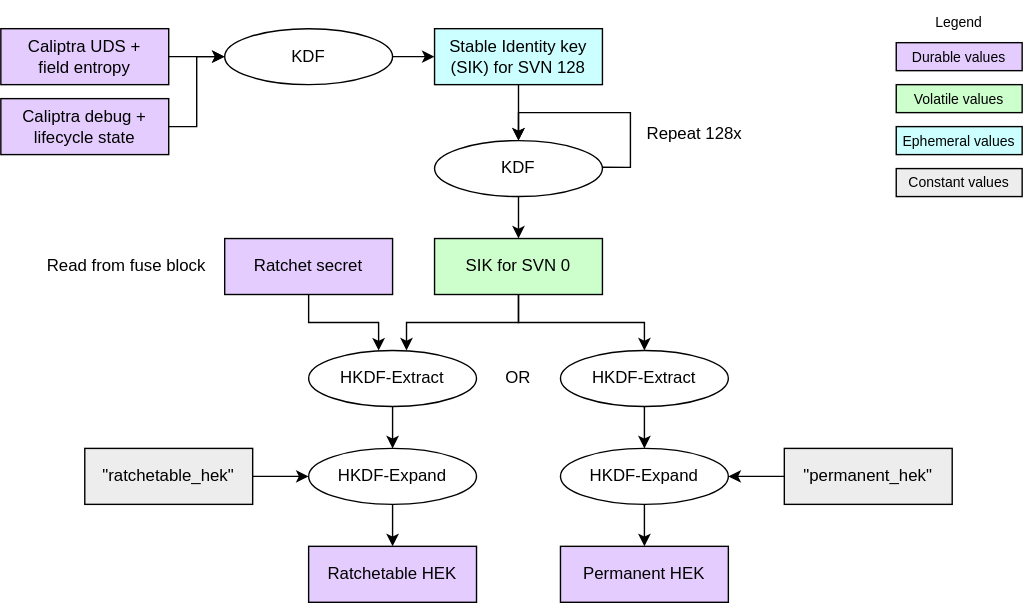
Earlier version of the draw.io export doc/ocp_lock/diagrams/hek_derivation.drawio.svg (chipsalliance/Caliptra). Source tidied: cells renumbered, new cells last; positions are measured from the earlier drawing's top-left corner, leaving out a move shared by most shapes. The source it was exported from:
```xml
<mxGraphModel background="#ffffff">
  <root>
    <mxCell id="0" />
    <mxCell id="1" parent="0" />
    <mxCell id="2" value="&lt;div&gt;&lt;span style=&quot;background-color: transparent;&quot;&gt;&lt;font color=&quot;#000000&quot;&gt;SIK&lt;/font&gt; for SVN 0&lt;/span&gt;&lt;/div&gt;" style="rounded=0;whiteSpace=wrap;html=1;align=center;verticalAlign=middle;shadow=0;glass=0;spacingLeft=0;spacingBottom=0;spacingTop=0;fillColor=#CCFFCC;" parent="1" vertex="1">
      <mxGeometry x="310" y="170" width="120" height="40" as="geometry" />
    </mxCell>
    <mxCell id="3" value="&lt;div&gt;&lt;font color=&quot;#000000&quot;&gt;Ratchet&amp;nbsp;&lt;/font&gt;&lt;span style=&quot;background-color: transparent;&quot;&gt;secret&lt;/span&gt;&lt;/div&gt;" style="rounded=0;whiteSpace=wrap;html=1;align=center;verticalAlign=middle;shadow=0;glass=0;spacingLeft=0;spacingBottom=0;spacingTop=0;fillColor=#E5CCFF;" parent="1" vertex="1">
      <mxGeometry x="160" y="170" width="120" height="40" as="geometry" />
    </mxCell>
    <mxCell id="4" value="HKDF-Extract" style="ellipse;whiteSpace=wrap;html=1;fillColor=#FFFFFF;" parent="1" vertex="1">
      <mxGeometry x="220" y="250" width="120" height="40" as="geometry" />
    </mxCell>
    <mxCell id="5" value="HKDF-Expand" style="ellipse;whiteSpace=wrap;html=1;fillColor=#FFFFFF;" parent="1" vertex="1">
      <mxGeometry x="220" y="320" width="120" height="40" as="geometry" />
    </mxCell>
    <mxCell id="6" value="&lt;div&gt;&lt;font color=&quot;#000000&quot;&gt;Ratchetable HEK&lt;/font&gt;&lt;/div&gt;" style="rounded=0;whiteSpace=wrap;html=1;align=center;verticalAlign=middle;shadow=0;glass=0;spacingLeft=0;spacingBottom=0;spacingTop=0;fillColor=#E5CCFF;" parent="1" vertex="1">
      <mxGeometry x="220" y="390" width="120" height="40" as="geometry" />
    </mxCell>
    <mxCell id="7" style="endArrow=classic;html=1;exitX=0.5;exitY=1;exitDx=0;exitDy=0;entryX=0.5;entryY=0;entryDx=0;entryDy=0;" parent="1" edge="1" source="4" target="5">
      <mxGeometry relative="1" as="geometry" />
    </mxCell>
    <mxCell id="8" style="endArrow=classic;html=1;exitX=0.5;exitY=1;exitDx=0;exitDy=0;entryX=0.5;entryY=0;entryDx=0;entryDy=0;" parent="1" edge="1" source="5" target="6">
      <mxGeometry relative="1" as="geometry" />
    </mxCell>
    <mxCell id="9" value="&lt;div&gt;&lt;font color=&quot;#000000&quot;&gt;Stable Identity&amp;nbsp;&lt;/font&gt;&lt;span style=&quot;background-color: transparent;&quot;&gt;key&lt;/span&gt;&lt;/div&gt;&lt;div&gt;&lt;span style=&quot;background-color: transparent;&quot;&gt;(SIK) for SVN 128&lt;/span&gt;&lt;/div&gt;" style="rounded=0;whiteSpace=wrap;html=1;align=center;verticalAlign=middle;shadow=0;glass=0;spacingLeft=0;spacingBottom=0;spacingTop=0;fillColor=#CCFFFF;" parent="1" vertex="1">
      <mxGeometry x="310" y="20" width="120" height="40" as="geometry" />
    </mxCell>
    <mxCell id="10" value="&lt;div&gt;&lt;font color=&quot;#000000&quot;&gt;Caliptra UDS +&lt;/font&gt;&lt;/div&gt;&lt;div&gt;&lt;font color=&quot;#000000&quot;&gt;field entropy&lt;/font&gt;&lt;/div&gt;" style="rounded=0;whiteSpace=wrap;html=1;align=center;verticalAlign=middle;shadow=0;glass=0;spacingLeft=0;spacingBottom=0;spacingTop=0;fillColor=#E5CCFF;" parent="1" vertex="1">
      <mxGeometry y="20" width="120" height="40" as="geometry" />
    </mxCell>
    <mxCell id="11" value="KDF" style="ellipse;whiteSpace=wrap;html=1;fillColor=#FFFFFF;" parent="1" vertex="1">
      <mxGeometry x="310" y="100" width="120" height="40" as="geometry" />
    </mxCell>
    <mxCell id="12" style="endArrow=classic;html=1;exitX=0.5;exitY=1;exitDx=0;exitDy=0;entryX=0.5;entryY=0;entryDx=0;entryDy=0;" parent="1" edge="1" source="9" target="11">
      <mxGeometry relative="1" as="geometry" />
    </mxCell>
    <mxCell id="13" style="edgeStyle=segmentEdgeStyle;endArrow=classic;html=1;curved=0;rounded=0;endSize=6;startSize=6;exitX=1.002;exitY=0.477;exitDx=0;exitDy=0;arcSize=20;entryX=0.5;entryY=0;entryDx=0;entryDy=0;exitPerimeter=0;" parent="1" edge="1" source="11" target="11">
      <mxGeometry relative="1" as="geometry">
        <Array as="points">
          <mxPoint x="450" y="119" />
          <mxPoint x="450" y="80" />
          <mxPoint x="370" y="80" />
        </Array>
      </mxGeometry>
    </mxCell>
    <mxCell id="14" value="Repeat 128x" style="text;strokeColor=none;align=left;fillColor=none;html=1;verticalAlign=middle;whiteSpace=wrap;rounded=0;fontSize=12;" parent="1" vertex="1">
      <mxGeometry x="460" y="80" width="90" height="30" as="geometry" />
    </mxCell>
    <mxCell id="15" value="KDF" style="ellipse;whiteSpace=wrap;html=1;fillColor=#FFFFFF;" parent="1" vertex="1">
      <mxGeometry x="160" y="20" width="120" height="40" as="geometry" />
    </mxCell>
    <mxCell id="16" style="endArrow=classic;html=1;exitX=1;exitY=0.5;exitDx=0;exitDy=0;entryX=0;entryY=0.5;entryDx=0;entryDy=0;" parent="1" edge="1" source="10" target="15">
      <mxGeometry relative="1" as="geometry" />
    </mxCell>
    <mxCell id="17" style="endArrow=classic;html=1;exitX=1;exitY=0.5;exitDx=0;exitDy=0;entryX=0;entryY=0.5;entryDx=0;entryDy=0;" parent="1" edge="1" source="15" target="9">
      <mxGeometry relative="1" as="geometry" />
    </mxCell>
    <mxCell id="18" style="endArrow=classic;html=1;exitX=0.5;exitY=1;exitDx=0;exitDy=0;entryX=0.5;entryY=0;entryDx=0;entryDy=0;" parent="1" edge="1" source="11" target="2">
      <mxGeometry relative="1" as="geometry" />
    </mxCell>
    <mxCell id="19" style="edgeStyle=elbowEdgeStyle;endArrow=classic;html=1;rounded=0;endSize=6;startSize=6;exitX=0.5;exitY=1;exitDx=0;exitDy=0;arcSize=20;entryX=0.583;entryY=0;entryDx=0;entryDy=0;elbow=vertical;entryPerimeter=0;" parent="1" edge="1" source="2" target="4">
      <mxGeometry relative="1" as="geometry">
        <Array as="points">
          <mxPoint x="350" y="230" />
        </Array>
      </mxGeometry>
    </mxCell>
    <mxCell id="20" style="edgeStyle=elbowEdgeStyle;endArrow=classic;html=1;rounded=0;endSize=6;startSize=6;exitX=0.5;exitY=1;exitDx=0;exitDy=0;arcSize=20;entryX=0.5;entryY=0;entryDx=0;entryDy=0;elbow=vertical;" parent="1" edge="1" source="2" target="21">
      <mxGeometry relative="1" as="geometry">
        <Array as="points">
          <mxPoint x="390" y="230" />
        </Array>
      </mxGeometry>
    </mxCell>
    <mxCell id="21" value="HKDF-Extract" style="ellipse;whiteSpace=wrap;html=1;fillColor=#FFFFFF;" parent="1" vertex="1">
      <mxGeometry x="400" y="250" width="120" height="40" as="geometry" />
    </mxCell>
    <mxCell id="22" value="HKDF-Expand" style="ellipse;whiteSpace=wrap;html=1;fillColor=#FFFFFF;" parent="1" vertex="1">
      <mxGeometry x="400" y="320" width="120" height="40" as="geometry" />
    </mxCell>
    <mxCell id="23" value="&lt;div&gt;&lt;font color=&quot;#000000&quot;&gt;Permanent HEK&lt;/font&gt;&lt;/div&gt;" style="rounded=0;whiteSpace=wrap;html=1;align=center;verticalAlign=middle;shadow=0;glass=0;spacingLeft=0;spacingBottom=0;spacingTop=0;fillColor=#E5CCFF;" parent="1" vertex="1">
      <mxGeometry x="400" y="390" width="120" height="40" as="geometry" />
    </mxCell>
    <mxCell id="24" style="endArrow=classic;html=1;exitX=0.5;exitY=1;exitDx=0;exitDy=0;entryX=0.5;entryY=0;entryDx=0;entryDy=0;" parent="1" edge="1" source="21" target="22">
      <mxGeometry relative="1" as="geometry" />
    </mxCell>
    <mxCell id="25" style="endArrow=classic;html=1;exitX=0.5;exitY=1;exitDx=0;exitDy=0;entryX=0.5;entryY=0;entryDx=0;entryDy=0;" parent="1" edge="1" source="22" target="23">
      <mxGeometry relative="1" as="geometry" />
    </mxCell>
    <mxCell id="26" value="&lt;div&gt;&lt;font color=&quot;#000000&quot;&gt;Durable values&lt;/font&gt;&lt;/div&gt;" style="rounded=0;whiteSpace=wrap;html=1;align=center;verticalAlign=middle;shadow=0;glass=0;spacingLeft=0;spacingBottom=0;spacingTop=0;fillColor=#E5CCFF;fontSize=10;" parent="1" vertex="1">
      <mxGeometry x="640" y="30" width="90" height="20" as="geometry" />
    </mxCell>
    <mxCell id="27" value="&lt;div&gt;&lt;font color=&quot;#000000&quot;&gt;Volatile values&lt;/font&gt;&lt;/div&gt;" style="rounded=0;whiteSpace=wrap;html=1;align=center;verticalAlign=middle;shadow=0;glass=0;spacingLeft=0;spacingBottom=0;spacingTop=0;fillColor=#CCFFCC;fontSize=10;" parent="1" vertex="1">
      <mxGeometry x="640" y="60" width="90" height="20" as="geometry" />
    </mxCell>
    <mxCell id="28" value="Legend" style="text;strokeColor=none;align=center;fillColor=none;html=1;verticalAlign=middle;whiteSpace=wrap;rounded=0;fontSize=10;" parent="1" vertex="1">
      <mxGeometry x="655" width="60" height="30" as="geometry" />
    </mxCell>
    <mxCell id="29" value="&lt;div&gt;&lt;font color=&quot;#000000&quot;&gt;Ephemeral values&lt;/font&gt;&lt;/div&gt;" style="rounded=0;whiteSpace=wrap;html=1;align=center;verticalAlign=middle;shadow=0;glass=0;spacingLeft=0;spacingBottom=0;spacingTop=0;fillColor=#CCFFFF;fontSize=10;" parent="1" vertex="1">
      <mxGeometry x="640" y="90" width="90" height="20" as="geometry" />
    </mxCell>
    <mxCell id="30" value="&lt;div&gt;&lt;font color=&quot;#000000&quot;&gt;&quot;ratchetable_hek&quot;&lt;/font&gt;&lt;/div&gt;" style="rounded=0;whiteSpace=wrap;html=1;align=center;verticalAlign=middle;shadow=0;glass=0;spacingLeft=0;spacingBottom=0;spacingTop=0;fillColor=#EDEDED;" parent="1" vertex="1">
      <mxGeometry x="60" y="320" width="120" height="40" as="geometry" />
    </mxCell>
    <mxCell id="31" style="endArrow=classic;html=1;exitX=1;exitY=0.5;exitDx=0;exitDy=0;entryX=0;entryY=0.5;entryDx=0;entryDy=0;" parent="1" edge="1" source="30" target="5">
      <mxGeometry relative="1" as="geometry" />
    </mxCell>
    <mxCell id="32" value="&lt;div&gt;&lt;font color=&quot;#000000&quot;&gt;&quot;permanent_hek&quot;&lt;/font&gt;&lt;/div&gt;" style="rounded=0;whiteSpace=wrap;html=1;align=center;verticalAlign=middle;shadow=0;glass=0;spacingLeft=0;spacingBottom=0;spacingTop=0;fillColor=#EDEDED;" parent="1" vertex="1">
      <mxGeometry x="560" y="320" width="120" height="40" as="geometry" />
    </mxCell>
    <mxCell id="33" style="endArrow=classic;html=1;entryX=1;entryY=0.5;entryDx=0;entryDy=0;exitX=0;exitY=0.5;exitDx=0;exitDy=0;" parent="1" edge="1" source="32" target="22">
      <mxGeometry relative="1" as="geometry" />
    </mxCell>
    <mxCell id="34" value="&lt;div&gt;&lt;font color=&quot;#000000&quot;&gt;Constant values&lt;/font&gt;&lt;/div&gt;" style="rounded=0;whiteSpace=wrap;html=1;align=center;verticalAlign=middle;shadow=0;glass=0;spacingLeft=0;spacingBottom=0;spacingTop=0;fillColor=#EDEDED;fontSize=10;" parent="1" vertex="1">
      <mxGeometry x="640" y="120" width="90" height="20" as="geometry" />
    </mxCell>
    <mxCell id="35" value="OR" style="text;strokeColor=none;align=center;fillColor=none;html=1;verticalAlign=middle;whiteSpace=wrap;rounded=0;" parent="1" vertex="1">
      <mxGeometry x="340" y="255" width="60" height="30" as="geometry" />
    </mxCell>
    <mxCell id="36" value="&lt;div&gt;&lt;font color=&quot;#000000&quot;&gt;Caliptra debug + lifecycle state&lt;/font&gt;&lt;/div&gt;" style="rounded=0;whiteSpace=wrap;html=1;align=center;verticalAlign=middle;shadow=0;glass=0;spacingLeft=0;spacingBottom=0;spacingTop=0;fillColor=#E5CCFF;" parent="1" vertex="1">
      <mxGeometry y="70" width="120" height="40" as="geometry" />
    </mxCell>
    <mxCell id="37" style="edgeStyle=elbowEdgeStyle;endArrow=classic;html=1;rounded=0;endSize=6;startSize=6;exitX=1;exitY=0.5;exitDx=0;exitDy=0;arcSize=20;entryX=0;entryY=0.5;entryDx=0;entryDy=0;" parent="1" edge="1" source="36" target="15">
      <mxGeometry relative="1" as="geometry" />
    </mxCell>
    <mxCell id="38" value="Read from fuse block" style="text;strokeColor=none;align=center;fillColor=none;html=1;verticalAlign=middle;whiteSpace=wrap;rounded=0;fontSize=12;" parent="1" vertex="1">
      <mxGeometry x="30" y="175" width="120" height="30" as="geometry" />
    </mxCell>
    <mxCell id="39" style="edgeStyle=orthogonalEdgeStyle;endArrow=classic;html=1;rounded=0;endSize=6;startSize=6;exitX=0.5;exitY=1;exitDx=0;exitDy=0;arcSize=20;entryX=0.417;entryY=0.002;entryDx=0;entryDy=0;entryPerimeter=0;" parent="1" edge="1" source="3" target="4">
      <mxGeometry relative="1" as="geometry" />
    </mxCell>
  </root>
</mxGraphModel>
```
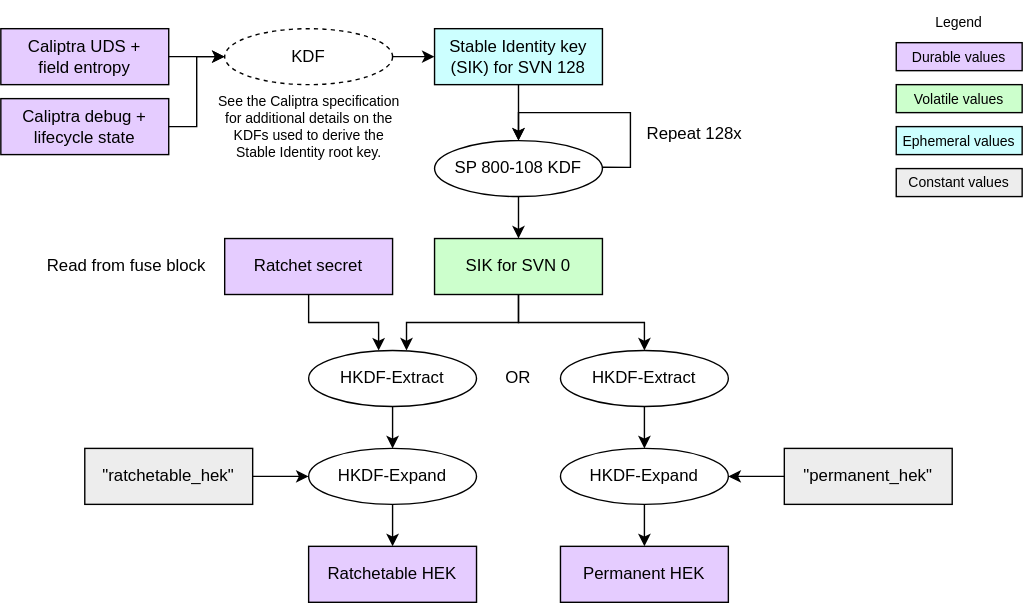
Above is the later version.

Diff of the diagram source:
```diff
@@ -29,7 +29,7 @@
     <mxCell id="10" value="&lt;div&gt;&lt;font color=&quot;#000000&quot;&gt;Caliptra UDS +&lt;/font&gt;&lt;/div&gt;&lt;div&gt;&lt;font color=&quot;#000000&quot;&gt;field entropy&lt;/font&gt;&lt;/div&gt;" style="rounded=0;whiteSpace=wrap;html=1;align=center;verticalAlign=middle;shadow=0;glass=0;spacingLeft=0;spacingBottom=0;spacingTop=0;fillColor=#E5CCFF;" parent="1" vertex="1">
       <mxGeometry y="20" width="120" height="40" as="geometry" />
     </mxCell>
-    <mxCell id="11" value="KDF" style="ellipse;whiteSpace=wrap;html=1;fillColor=#FFFFFF;" parent="1" vertex="1">
+    <mxCell id="11" value="SP 800-108 KDF" style="ellipse;whiteSpace=wrap;html=1;fillColor=#FFFFFF;" parent="1" vertex="1">
       <mxGeometry x="310" y="100" width="120" height="40" as="geometry" />
     </mxCell>
     <mxCell id="12" style="endArrow=classic;html=1;exitX=0.5;exitY=1;exitDx=0;exitDy=0;entryX=0.5;entryY=0;entryDx=0;entryDy=0;" parent="1" edge="1" source="9" target="11">
@@ -47,7 +47,7 @@
     <mxCell id="14" value="Repeat 128x" style="text;strokeColor=none;align=left;fillColor=none;html=1;verticalAlign=middle;whiteSpace=wrap;rounded=0;fontSize=12;" parent="1" vertex="1">
       <mxGeometry x="460" y="80" width="90" height="30" as="geometry" />
     </mxCell>
-    <mxCell id="15" value="KDF" style="ellipse;whiteSpace=wrap;html=1;fillColor=#FFFFFF;" parent="1" vertex="1">
+    <mxCell id="15" value="KDF" style="ellipse;whiteSpace=wrap;html=1;fillColor=#FFFFFF;dashed=1;" parent="1" vertex="1">
       <mxGeometry x="160" y="20" width="120" height="40" as="geometry" />
     </mxCell>
     <mxCell id="16" style="endArrow=classic;html=1;exitX=1;exitY=0.5;exitDx=0;exitDy=0;entryX=0;entryY=0.5;entryDx=0;entryDy=0;" parent="1" edge="1" source="10" target="15">
@@ -130,5 +130,8 @@
     <mxCell id="39" style="edgeStyle=orthogonalEdgeStyle;endArrow=classic;html=1;rounded=0;endSize=6;startSize=6;exitX=0.5;exitY=1;exitDx=0;exitDy=0;arcSize=20;entryX=0.417;entryY=0.002;entryDx=0;entryDy=0;entryPerimeter=0;" parent="1" edge="1" source="3" target="4">
       <mxGeometry relative="1" as="geometry" />
     </mxCell>
+    <mxCell id="40" value="See the Caliptra specification for additional details on the KDFs used to derive the Stable Identity root key." style="text;strokeColor=none;align=center;fillColor=none;html=1;verticalAlign=middle;whiteSpace=wrap;rounded=0;fontSize=10;" parent="1" vertex="1">
+      <mxGeometry x="152.5" y="75" width="135" height="30" as="geometry" />
+    </mxCell>
   </root>
 </mxGraphModel>
```
